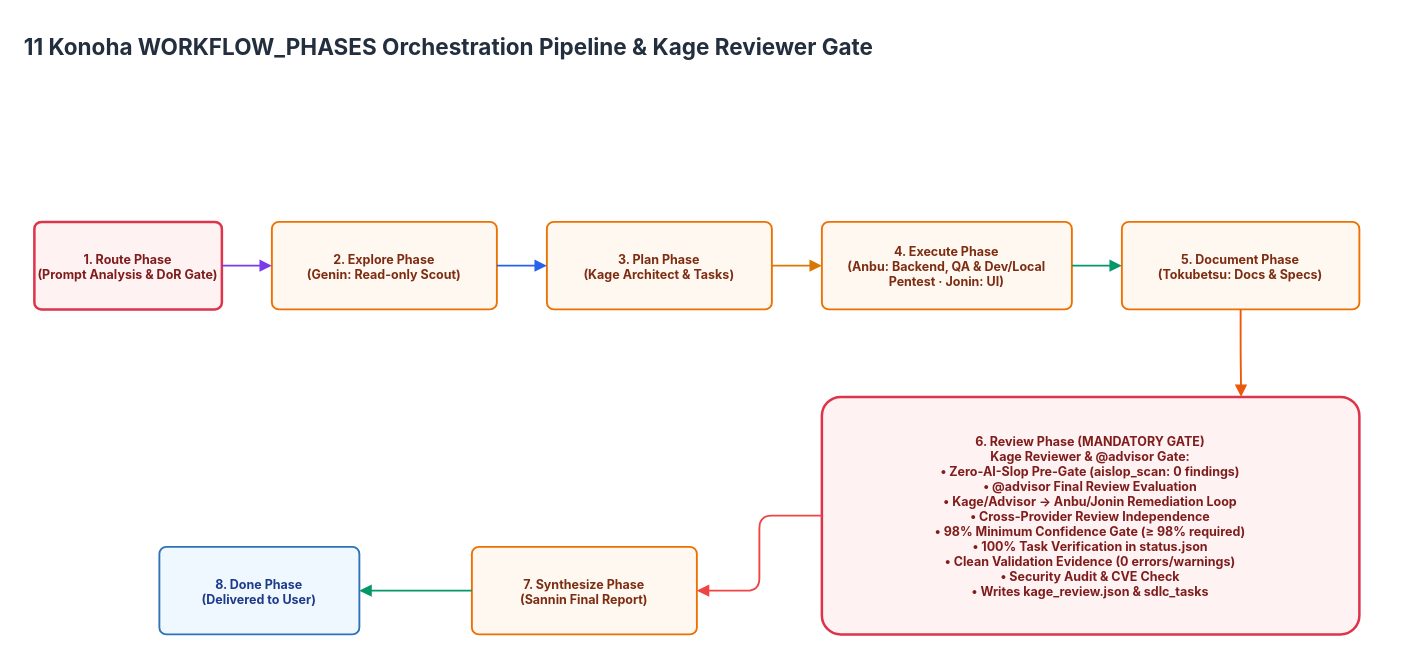
andycungkrinx91/konoha keeps this draw.io diagram as page "11 Kage Pre-Delivery Reviewer Workflow Gate" (11 of 16) of docs/diagrams/konoha-enterprise-architecture.drawio. Above is the earlier version. Source tidied: cells renumbered, new cells numbered last; positions are measured from the earlier drawing's top-left corner, leaving out a move shared by most shapes. Both pictures are drawn from the tidied source at 125%, with x=0, y=0 at pixel (21, 21).
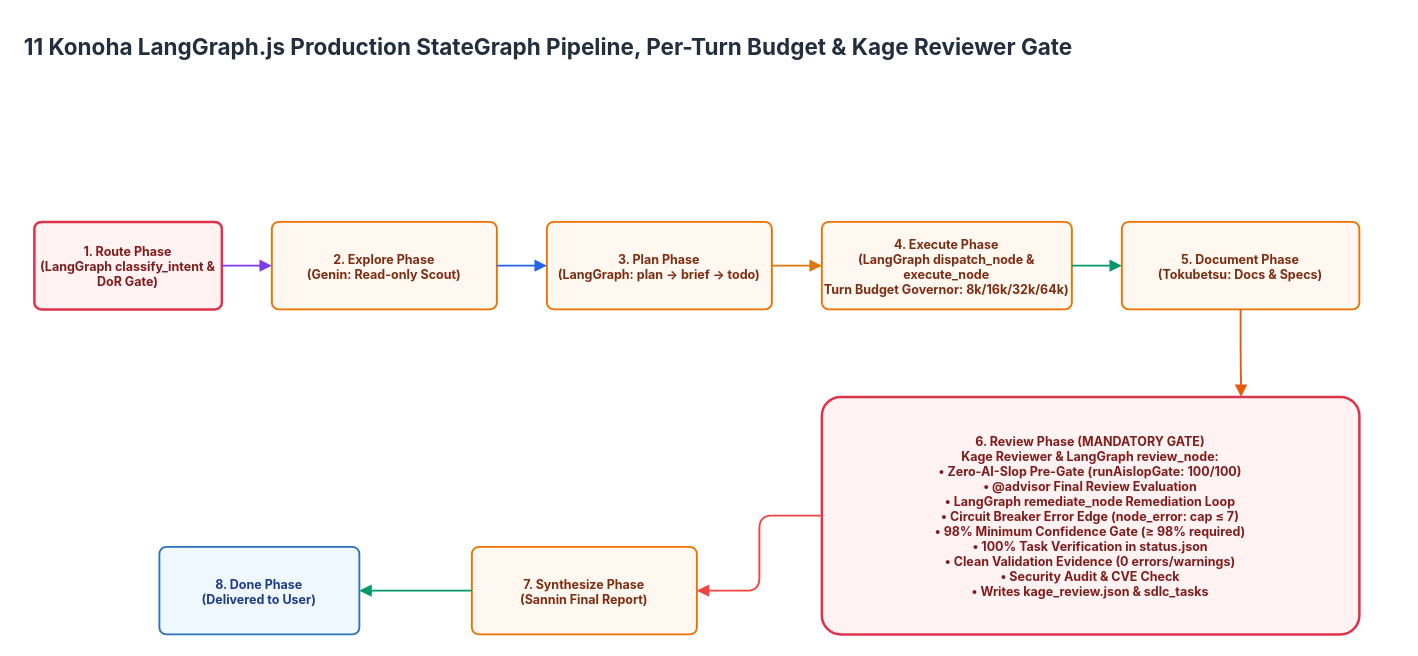
After the change.

Diff of the diagram source:
```diff
@@
 <mxGraphModel>
   <root>
     <mxCell id="0" />
     <mxCell id="1" parent="0" />
-    <mxCell id="2" value="11 Konoha WORKFLOW_PHASES Orchestration Pipeline &amp; Kage Reviewer Gate" style="text;html=1;strokeColor=none;fillColor=none;fontFamily=Inter, system-ui, -apple-system;fontSize=18;fontStyle=1;fontColor=#232F3E;align=left;verticalAlign=middle;" parent="1" vertex="1">
+    <mxCell id="2" value="11 Konoha LangGraph.js Production StateGraph Pipeline, Per-Turn Budget &amp; Kage Reviewer Gate" style="text;html=1;strokeColor=none;fillColor=none;fontFamily=Inter, system-ui, -apple-system;fontSize=18;fontStyle=1;fontColor=#232F3E;align=left;verticalAlign=middle;" parent="1" vertex="1">
       <mxGeometry width="1100" height="40" as="geometry" />
     </mxCell>
-    <mxCell id="3" value="1. Route Phase&#10;(Prompt Analysis &amp; DoR Gate)" style="rounded=1;arcSize=8;html=1;whiteSpace=wrap;fillColor=#FEF2F2;strokeColor=#DD344C;strokeWidth=2;fontFamily=Inter, system-ui, -apple-system;fontSize=10;fontColor=#7F1D1D;fontStyle=1;shadow=0;" parent="1" vertex="1">
+    <mxCell id="3" value="1. Route Phase&#10;(LangGraph classify_intent &amp; DoR Gate)" style="rounded=1;arcSize=8;html=1;whiteSpace=wrap;fillColor=#FEF2F2;strokeColor=#DD344C;strokeWidth=2;fontFamily=Inter, system-ui, -apple-system;fontSize=10;fontColor=#7F1D1D;fontStyle=1;shadow=0;" parent="1" vertex="1">
       <mxGeometry x="10" y="160" width="150" height="70" as="geometry" />
     </mxCell>
     <mxCell id="4" value="2. Explore Phase&#10;(Genin: Read-only Scout)" style="rounded=1;arcSize=8;html=1;whiteSpace=wrap;fillColor=#FFF8F1;strokeColor=#ED7100;strokeWidth=1.5;fontFamily=Inter, system-ui, -apple-system;fontSize=10;fontColor=#7C2D12;fontStyle=1;shadow=0;" parent="1" vertex="1">
       <mxGeometry x="200" y="160" width="180" height="70" as="geometry" />
     </mxCell>
-    <mxCell id="5" value="3. Plan Phase&#10;(Kage Architect &amp; Tasks)" style="rounded=1;arcSize=8;html=1;whiteSpace=wrap;fillColor=#FFF8F1;strokeColor=#ED7100;strokeWidth=1.5;fontFamily=Inter, system-ui, -apple-system;fontSize=10;fontColor=#7C2D12;fontStyle=1;shadow=0;" parent="1" vertex="1">
+    <mxCell id="5" value="3. Plan Phase&#10;(LangGraph: plan → brief → todo)" style="rounded=1;arcSize=8;html=1;whiteSpace=wrap;fillColor=#FFF8F1;strokeColor=#ED7100;strokeWidth=1.5;fontFamily=Inter, system-ui, -apple-system;fontSize=10;fontColor=#7C2D12;fontStyle=1;shadow=0;" parent="1" vertex="1">
       <mxGeometry x="420" y="160" width="180" height="70" as="geometry" />
     </mxCell>
-    <mxCell id="6" value="4. Execute Phase&#10;(Anbu: Backend, QA &amp; Dev/Local Pentest · Jonin: UI)" style="rounded=1;arcSize=8;html=1;whiteSpace=wrap;fillColor=#FFF8F1;strokeColor=#ED7100;strokeWidth=1.5;fontFamily=Inter, system-ui, -apple-system;fontSize=10;fontColor=#7C2D12;fontStyle=1;shadow=0;" parent="1" vertex="1">
+    <mxCell id="6" value="4. Execute Phase&#10;(LangGraph dispatch_node &amp; execute_node&#10;Turn Budget Governor: 8k/16k/32k/64k)" style="rounded=1;arcSize=8;html=1;whiteSpace=wrap;fillColor=#FFF8F1;strokeColor=#ED7100;strokeWidth=1.5;fontFamily=Inter, system-ui, -apple-system;fontSize=10;fontColor=#7C2D12;fontStyle=1;shadow=0;" parent="1" vertex="1">
       <mxGeometry x="640" y="160" width="200" height="70" as="geometry" />
     </mxCell>
     <mxCell id="7" value="5. Document Phase&#10;(Tokubetsu: Docs &amp; Specs)" style="rounded=1;arcSize=8;html=1;whiteSpace=wrap;fillColor=#FFF8F1;strokeColor=#ED7100;strokeWidth=1.5;fontFamily=Inter, system-ui, -apple-system;fontSize=10;fontColor=#7C2D12;fontStyle=1;shadow=0;" parent="1" vertex="1">
       <mxGeometry x="880" y="160" width="190" height="70" as="geometry" />
     </mxCell>
-    <mxCell id="8" value="6. Review Phase (MANDATORY GATE)&#10;Kage Reviewer &amp; @advisor Gate:&#10;• Zero-AI-Slop Pre-Gate (aislop_scan: 0 findings)&#10;• @advisor Final Review Evaluation&#10;• Kage/Advisor → Anbu/Jonin Remediation Loop&#10;• Cross-Provider Review Independence&#10;• 98% Minimum Confidence Gate (≥ 98% required)&#10;• 100% Task Verification in status.json&#10;• Clean Validation Evidence (0 errors/warnings)&#10;• Security Audit &amp; CVE Check&#10;• Writes kage_review.json &amp; sdlc_tasks" style="rounded=1;arcSize=8;html=1;whiteSpace=wrap;fillColor=#FEF2F2;strokeColor=#DD344C;strokeWidth=2;fontFamily=Inter, system-ui, -apple-system;fontSize=10;fontColor=#7F1D1D;fontStyle=1;shadow=0;" parent="1" vertex="1">
+    <mxCell id="8" value="6. Review Phase (MANDATORY GATE)&#10;Kage Reviewer &amp; LangGraph review_node:&#10;• Zero-AI-Slop Pre-Gate (runAislopGate: 100/100)&#10;• @advisor Final Review Evaluation&#10;• LangGraph remediate_node Remediation Loop&#10;• Circuit Breaker Error Edge (node_error: cap ≤ 7)&#10;• 98% Minimum Confidence Gate (≥ 98% required)&#10;• 100% Task Verification in status.json&#10;• Clean Validation Evidence (0 errors/warnings)&#10;• Security Audit &amp; CVE Check&#10;• Writes kage_review.json &amp; sdlc_tasks" style="rounded=1;arcSize=8;html=1;whiteSpace=wrap;fillColor=#FEF2F2;strokeColor=#DD344C;strokeWidth=2;fontFamily=Inter, system-ui, -apple-system;fontSize=10;fontColor=#7F1D1D;fontStyle=1;shadow=0;" parent="1" vertex="1">
       <mxGeometry x="640" y="300" width="430" height="190" as="geometry" />
     </mxCell>
     <mxCell id="9" value="7. Synthesize Phase&#10;(Sannin Final Report)" style="rounded=1;arcSize=8;html=1;whiteSpace=wrap;fillColor=#FFF8F1;strokeColor=#ED7100;strokeWidth=1.5;fontFamily=Inter, system-ui, -apple-system;fontSize=10;fontColor=#7C2D12;fontStyle=1;shadow=0;" parent="1" vertex="1">
       <mxGeometry x="360" y="420" width="180" height="70" as="geometry" />
     </mxCell>
     <mxCell id="10" value="8. Done Phase&#10;(Delivered to User)" style="rounded=1;arcSize=8;html=1;whiteSpace=wrap;fillColor=#F0F8FF;strokeColor=#2E73B8;strokeWidth=1.5;fontFamily=Inter, system-ui, -apple-system;fontSize=10;fontColor=#1E3A8A;fontStyle=1;shadow=0;" parent="1" vertex="1">
       <mxGeometry x="110" y="420" width="160" height="70" as="geometry" />
     </mxCell>
     <mxCell id="11" style="edgeStyle=orthogonalEdgeStyle;rounded=1;jettySize=auto;html=1;strokeColor=#7c3aed;strokeWidth=1.5;endArrow=block;endFill=1;fontFamily=Inter, system-ui, -apple-system;fontSize=10;fontColor=#232F3E;labelBackgroundColor=#FFFFFF;" parent="1" edge="1" source="3" target="4">
       <mxGeometry relative="1" as="geometry" />
     </mxCell>
     <mxCell id="12" style="edgeStyle=orthogonalEdgeStyle;rounded=1;jettySize=auto;html=1;strokeColor=#2563eb;strokeWidth=1.5;endArrow=block;endFill=1;fontFamily=Inter, system-ui, -apple-system;fontSize=10;fontColor=#232F3E;labelBackgroundColor=#FFFFFF;" parent="1" edge="1" source="4" target="5">
       <mxGeometry relative="1" as="geometry" />
     </mxCell>
     <mxCell id="13" style="edgeStyle=orthogonalEdgeStyle;rounded=1;jettySize=auto;html=1;strokeColor=#d97706;strokeWidth=1.5;endArrow=block;endFill=1;fontFamily=Inter, system-ui, -apple-system;fontSize=10;fontColor=#232F3E;labelBackgroundColor=#FFFFFF;" parent="1" edge="1" source="5" target="6">
       <mxGeometry relative="1" as="geometry" />
     </mxCell>
     <mxCell id="14" style="edgeStyle=orthogonalEdgeStyle;rounded=1;jettySize=auto;html=1;strokeColor=#059669;strokeWidth=1.5;endArrow=block;endFill=1;exitX=1;exitY=0.5;entryX=0;entryY=0.5;fontFamily=Inter, system-ui, -apple-system;fontSize=10;fontColor=#232F3E;labelBackgroundColor=#FFFFFF;" parent="1" edge="1" source="6" target="7">
       <mxGeometry relative="1" as="geometry" />
     </mxCell>
     <mxCell id="15" style="edgeStyle=orthogonalEdgeStyle;rounded=1;jettySize=auto;html=1;strokeColor=#ea580c;strokeWidth=1.5;endArrow=block;endFill=1;exitX=0.5;exitY=1;entryX=0.78;entryY=0;fontFamily=Inter, system-ui, -apple-system;fontSize=10;fontColor=#232F3E;labelBackgroundColor=#FFFFFF;" parent="1" edge="1" source="7" target="8">
       <mxGeometry relative="1" as="geometry" />
     </mxCell>
     <mxCell id="16" style="edgeStyle=orthogonalEdgeStyle;rounded=1;jettySize=auto;html=1;strokeColor=#ef4444;strokeWidth=1.5;endArrow=block;endFill=1;fontFamily=Inter, system-ui, -apple-system;fontSize=10;fontColor=#232F3E;labelBackgroundColor=#FFFFFF;" parent="1" edge="1" source="8" target="9">
       <mxGeometry relative="1" as="geometry" />
     </mxCell>
     <mxCell id="17" style="edgeStyle=orthogonalEdgeStyle;rounded=1;jettySize=auto;html=1;strokeColor=#059669;strokeWidth=1.5;endArrow=block;endFill=1;fontFamily=Inter, system-ui, -apple-system;fontSize=10;fontColor=#232F3E;labelBackgroundColor=#FFFFFF;" parent="1" edge="1" source="9" target="10">
       <mxGeometry relative="1" as="geometry" />
     </mxCell>
   </root>
 </mxGraphModel>
```
